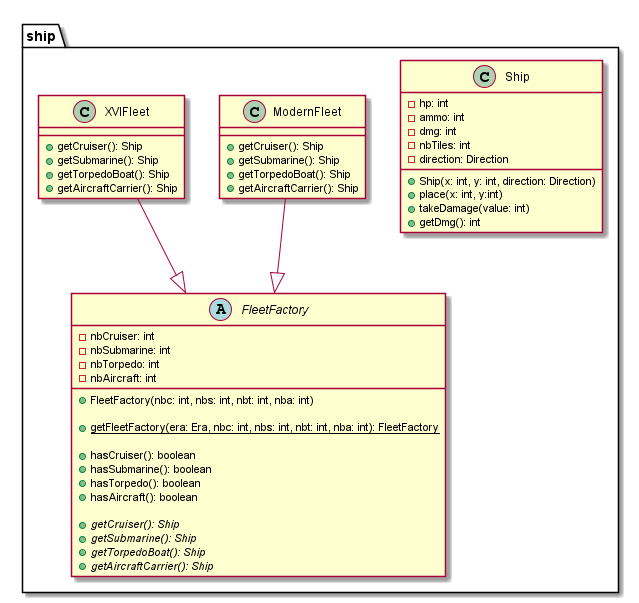
Before: doc/conception/image/class/bateau.png, a diagram exported from PlantUML (Reynault/ShipShop).
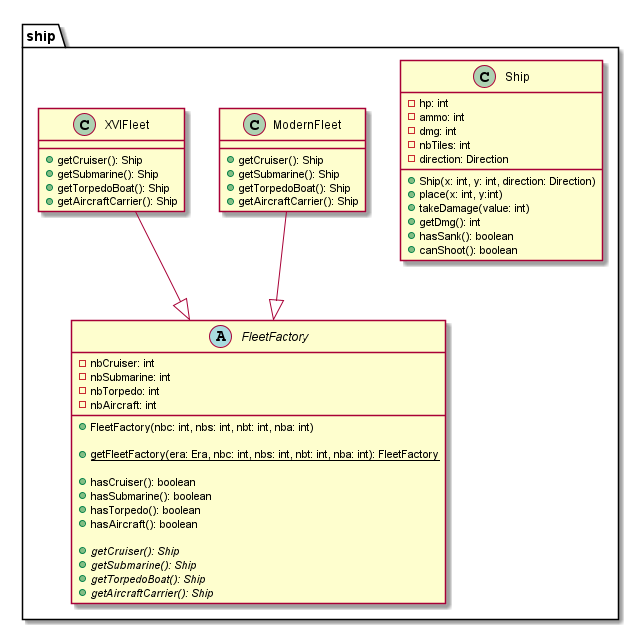
The same file after the commit.

Change to the diagram source:
```diff
@@ -12,6 +12,8 @@
         + place(x: int, y:int)
         + takeDamage(value: int)
         + getDmg(): int
+        + hasSank(): boolean
+        + canShoot(): boolean
     }
 
 
```
